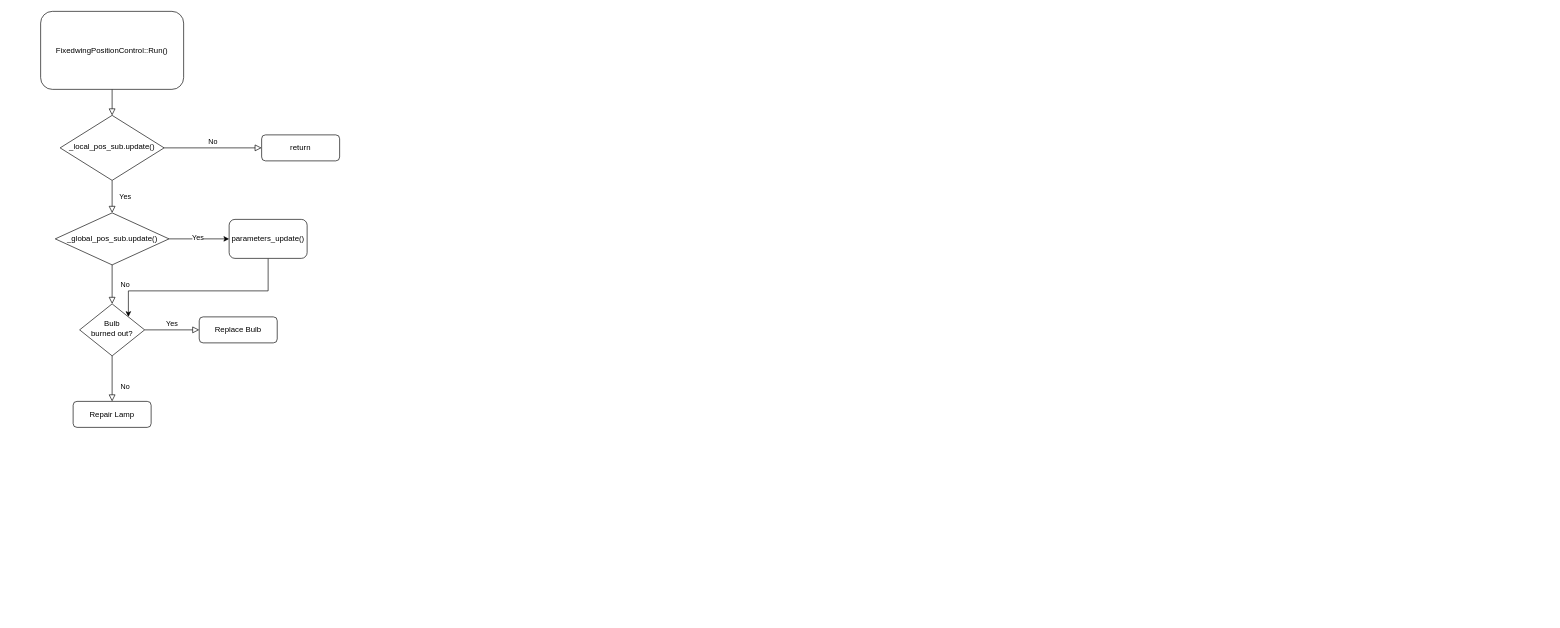
This is fixedwing_position_control.drawio from kingdom-l/flow_chart_for_px4, a draw.io file, before an edit. Source tidied: cells renumbered, new cells numbered last; positions are measured from the earlier drawing's top-left corner, leaving out a move shared by most shapes. Both pictures are drawn from the tidied source at 65%, with x=0, y=0 at pixel (40, 11).
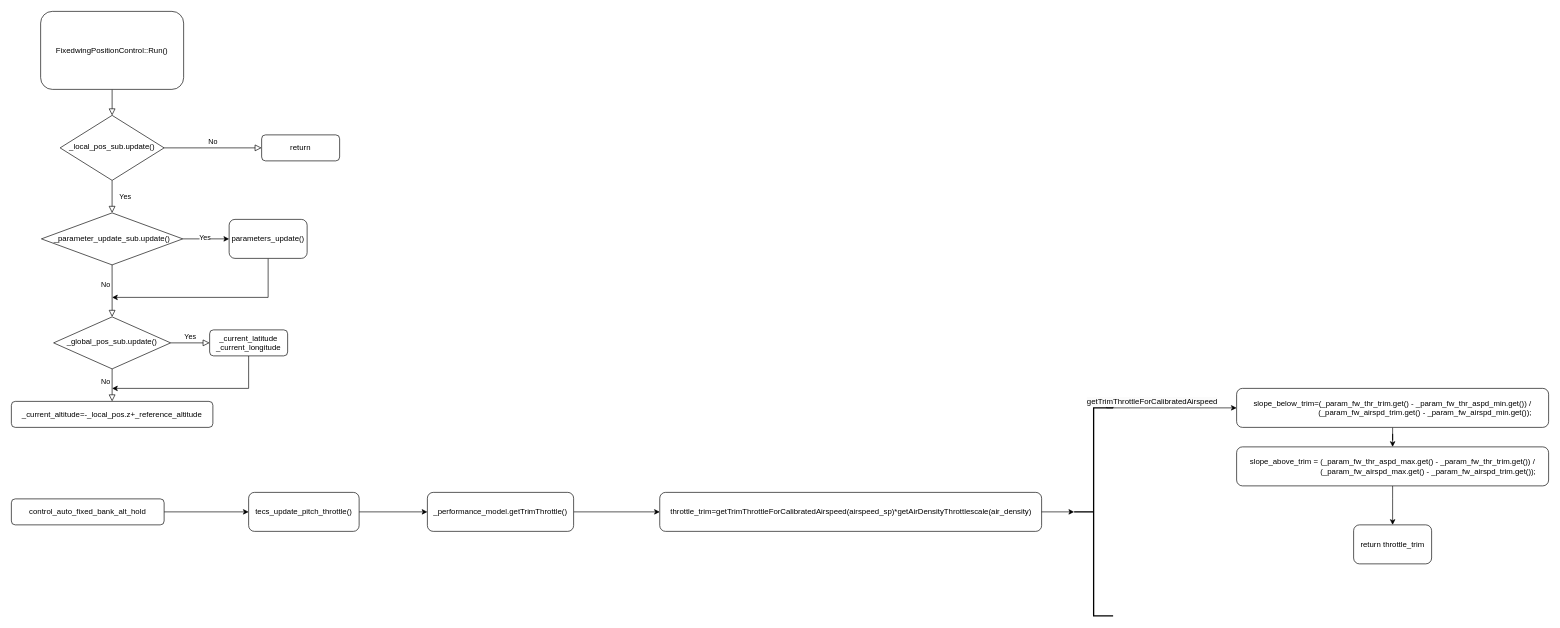
The same diagram, later.

Unchanged cells that the change refers to:
```xml
<mxCell id="18" value="parameters_update()" style="rounded=1;whiteSpace=wrap;html=1;" parent="1" vertex="1">
  <mxGeometry x="290" y="320" width="120" height="60" as="geometry" />
</mxCell>
```

Diff of the diagram source:
```diff
@@
-    <mxCell id="8" value="No" style="rounded=0;html=1;jettySize=auto;fontSize=11;endArrow=block;endFill=0;endSize=8;strokeWidth=1;shadow=0;labelBackgroundColor=none;edgeStyle=orthogonalEdgeStyle;" parent="1" edge="1" source="10" target="11">
-      <mxGeometry x="0.33" y="20" relative="1" as="geometry" />
+    <mxCell id="8" value="No" style="rounded=0;html=1;jettySize=auto;fontSize=11;endArrow=block;endFill=0;endSize=8;strokeWidth=1;shadow=0;labelBackgroundColor=none;edgeStyle=orthogonalEdgeStyle;entryX=0.5;entryY=0;entryDx=0;entryDy=0;" parent="1" edge="1" source="10" target="20">
+      <mxGeometry x="-0.2" y="-10" relative="1" as="geometry" />
     </mxCell>
@@
-    <mxCell id="10" value="Bulb&lt;br&gt;burned out?" style="rhombus;whiteSpace=wrap;html=1;shadow=0;fontFamily=Helvetica;fontSize=12;align=center;strokeWidth=1;spacing=6;spacingTop=-4;" parent="1" vertex="1">
-      <mxGeometry x="60" y="450" width="100" height="80" as="geometry" />
+    <mxCell id="10" value="_global_pos_sub.update()" style="rhombus;whiteSpace=wrap;html=1;shadow=0;fontFamily=Helvetica;fontSize=12;align=center;strokeWidth=1;spacing=6;spacingTop=-4;" parent="1" vertex="1">
+      <mxGeometry x="20" y="470" width="180" height="80" as="geometry" />
     </mxCell>
-    <mxCell id="11" value="Repair Lamp" style="rounded=1;whiteSpace=wrap;html=1;fontSize=12;glass=0;strokeWidth=1;shadow=0;" parent="1" vertex="1">
-      <mxGeometry x="50" y="600" width="120" height="40" as="geometry" />
-    </mxCell>
+    <mxCell id="19" style="edgeStyle=orthogonalEdgeStyle;rounded=0;orthogonalLoop=1;jettySize=auto;html=1;" parent="1" edge="1">
+      <mxGeometry relative="1" as="geometry">
+        <mxPoint x="320" y="530" as="sourcePoint" />
+        <mxPoint x="110" y="580" as="targetPoint" />
+        <Array as="points">
+          <mxPoint x="320" y="580" />
+        </Array>
+      </mxGeometry>
+    </mxCell>
-    <mxCell id="12" value="Replace Bulb" style="rounded=1;whiteSpace=wrap;html=1;fontSize=12;glass=0;strokeWidth=1;shadow=0;" parent="1" vertex="1">
-      <mxGeometry x="244" y="470" width="120" height="40" as="geometry" />
+    <mxCell id="12" value="_current_latitude&lt;div&gt;_current_longitude&lt;/div&gt;" style="rounded=1;whiteSpace=wrap;html=1;fontSize=12;glass=0;strokeWidth=1;shadow=0;" parent="1" vertex="1">
+      <mxGeometry x="260" y="490" width="120" height="40" as="geometry" />
     </mxCell>
@@
-    <mxCell id="15" value="_global_pos_sub.update()" style="rhombus;whiteSpace=wrap;html=1;" parent="1" vertex="1">
-      <mxGeometry x="22.5" y="310" width="175" height="80" as="geometry" />
+    <mxCell id="15" value="_parameter_update_sub.update()" style="rhombus;whiteSpace=wrap;html=1;" parent="1" vertex="1">
+      <mxGeometry x="1.2" y="310" width="217.5" height="80" as="geometry" />
     </mxCell>
     <mxCell id="16" value="No" style="rounded=0;html=1;jettySize=auto;fontSize=11;endArrow=block;endFill=0;endSize=8;strokeWidth=1;shadow=0;labelBackgroundColor=none;edgeStyle=orthogonalEdgeStyle;exitX=0.5;exitY=1;exitDx=0;exitDy=0;entryX=0.5;entryY=0;entryDx=0;entryDy=0;" parent="1" edge="1" source="15" target="10">
-      <mxGeometry y="20" relative="1" as="geometry">
+      <mxGeometry x="-0.25" y="-10" relative="1" as="geometry">
         <Array as="points">
           <mxPoint x="110" y="435" />
           <mxPoint x="110" y="435" />
         </Array>
       </mxGeometry>
     </mxCell>
-    <mxCell id="17" style="edgeStyle=orthogonalEdgeStyle;rounded=0;jettySize=auto;html=1;entryX=1;entryY=0;entryDx=0;entryDy=0;" parent="1" edge="1" source="18" target="10">
+    <mxCell id="17" style="edgeStyle=orthogonalEdgeStyle;rounded=0;jettySize=auto;html=1;" parent="1" edge="1" source="18">
       <mxGeometry relative="1" as="geometry">
+        <mxPoint x="110" y="440" as="targetPoint" />
         <Array as="points">
-          <mxPoint x="350" y="430" />
-          <mxPoint x="135" y="430" />
+          <mxPoint x="350" y="440" />
+          <mxPoint x="110" y="440" />
         </Array>
       </mxGeometry>
     </mxCell>
@@
+    <mxCell id="20" value="_current_altitude=-_local_pos.z+_reference_altitude" style="rounded=1;whiteSpace=wrap;html=1;fontSize=12;glass=0;strokeWidth=1;shadow=0;" parent="1" vertex="1">
+      <mxGeometry x="-45" y="600" width="310" height="40" as="geometry" />
+    </mxCell>
+    <mxCell id="21" style="edgeStyle=orthogonalEdgeStyle;rounded=0;jettySize=auto;html=1;" parent="1" edge="1" source="22" target="24">
+      <mxGeometry relative="1" as="geometry" />
+    </mxCell>
+    <mxCell id="22" value="control_auto_fixed_bank_alt_hold" style="rounded=1;whiteSpace=wrap;html=1;fontSize=12;glass=0;strokeWidth=1;shadow=0;" parent="1" vertex="1">
+      <mxGeometry x="-45" y="750" width="235" height="40" as="geometry" />
+    </mxCell>
+    <mxCell id="23" style="edgeStyle=orthogonalEdgeStyle;rounded=0;jettySize=auto;html=1;" parent="1" edge="1" source="24" target="26">
+      <mxGeometry relative="1" as="geometry" />
+    </mxCell>
+    <mxCell id="24" value="tecs_update_pitch_throttle()" style="whiteSpace=wrap;html=1;rounded=1;glass=0;strokeWidth=1;shadow=0;" parent="1" vertex="1">
+      <mxGeometry x="320" y="740" width="170" height="60" as="geometry" />
+    </mxCell>
+    <mxCell id="25" style="edgeStyle=orthogonalEdgeStyle;rounded=0;jettySize=auto;html=1;" parent="1" edge="1" source="26" target="27">
+      <mxGeometry relative="1" as="geometry" />
+    </mxCell>
+    <mxCell id="26" value="_performance_model.getTrimThrottle()" style="whiteSpace=wrap;html=1;rounded=1;glass=0;strokeWidth=1;shadow=0;" parent="1" vertex="1">
+      <mxGeometry x="595" y="740" width="225" height="60" as="geometry" />
+    </mxCell>
+    <mxCell id="27" value="throttle_trim=getTrimThrottleForCalibratedAirspeed(airspeed_sp)*getAirDensityThrottlescale(air_density)" style="whiteSpace=wrap;html=1;rounded=1;glass=0;strokeWidth=1;shadow=0;" parent="1" vertex="1">
+      <mxGeometry x="952.5" y="740" width="587.5" height="60" as="geometry" />
+    </mxCell>
+    <mxCell id="28" style="edgeStyle=orthogonalEdgeStyle;rounded=0;jettySize=auto;html=1;exitX=1;exitY=0;exitDx=0;exitDy=0;exitPerimeter=0;" parent="1" edge="1" source="30" target="32">
+      <mxGeometry relative="1" as="geometry">
+        <Array as="points">
+          <mxPoint x="1650" y="600" />
+          <mxPoint x="1640" y="600" />
+          <mxPoint x="1640" y="610" />
+        </Array>
+      </mxGeometry>
+    </mxCell>
+    <mxCell id="29" value="&lt;span style=&quot;font-size: 12px; text-wrap: wrap; background-color: rgb(251, 251, 251);&quot;&gt;getTrimThrottleForCalibratedAirspeed&lt;/span&gt;" style="edgeLabel;html=1;align=center;verticalAlign=middle;" parent="28" vertex="1">
+      <mxGeometry x="-0.73" relative="1" as="geometry">
+        <mxPoint x="68" y="-10" as="offset" />
+      </mxGeometry>
+    </mxCell>
+    <mxCell id="30" style="strokeWidth=2;html=1;shape=mxgraph.flowchart.annotation_2;align=left;labelPosition=right;" parent="1" vertex="1">
+      <mxGeometry x="1590" y="610" width="60" height="320" as="geometry" />
+    </mxCell>
+    <mxCell id="31" style="edgeStyle=orthogonalEdgeStyle;rounded=0;jettySize=auto;html=1;" parent="1" edge="1" source="32" target="34">
+      <mxGeometry relative="1" as="geometry" />
+    </mxCell>
+    <mxCell id="32" value="slope_below_trim=&lt;span style=&quot;background-color: initial;&quot;&gt;(_param_fw_thr_trim.get() - _param_fw_thr_aspd_min.get()) /&lt;/span&gt;&lt;div&gt;&lt;span style=&quot;white-space: normal;&quot;&gt;&lt;span style=&quot;white-space:pre&quot;&gt;&#9;&#9;&#9;&lt;/span&gt;&amp;nbsp; &amp;nbsp; &amp;nbsp;&amp;nbsp;(_param_fw_airspd_trim.get() - _param_fw_airspd_min.get());&lt;/span&gt;&lt;/div&gt;" style="rounded=1;whiteSpace=wrap;html=1;" parent="1" vertex="1">
+      <mxGeometry x="1840" y="580" width="480" height="60" as="geometry" />
+    </mxCell>
+    <mxCell id="33" style="edgeStyle=orthogonalEdgeStyle;rounded=0;jettySize=auto;html=1;exitX=0.5;exitY=1;exitDx=0;exitDy=0;entryX=0.5;entryY=0;entryDx=0;entryDy=0;" parent="1" edge="1" source="34" target="36">
+      <mxGeometry relative="1" as="geometry">
+        <Array as="points">
+          <mxPoint x="2080" y="750" />
+          <mxPoint x="2080" y="750" />
+        </Array>
+      </mxGeometry>
+    </mxCell>
+    <mxCell id="34" value="&lt;div&gt;slope_above_trim = (_param_fw_thr_aspd_max.get() - _param_fw_thr_trim.get()) /&lt;/div&gt;&lt;div&gt;&lt;span style=&quot;white-space: normal;&quot;&gt;&lt;span style=&quot;white-space:pre&quot;&gt;&#9;&#9;&#9;&#9;&lt;/span&gt;&amp;nbsp;(_param_fw_airspd_max.get() - _param_fw_airspd_trim.get());&lt;/span&gt;&lt;/div&gt;" style="whiteSpace=wrap;html=1;rounded=1;" parent="1" vertex="1">
+      <mxGeometry x="1840" y="670" width="480" height="60" as="geometry" />
+    </mxCell>
+    <mxCell id="35" style="edgeStyle=orthogonalEdgeStyle;rounded=0;jettySize=auto;html=1;exitX=1;exitY=0.5;exitDx=0;exitDy=0;entryX=0;entryY=0.5;entryDx=0;entryDy=0;entryPerimeter=0;" parent="1" edge="1" source="27" target="30">
+      <mxGeometry relative="1" as="geometry" />
+    </mxCell>
+    <mxCell id="36" value="return throttle_trim" style="rounded=1;whiteSpace=wrap;html=1;" parent="1" vertex="1">
+      <mxGeometry x="2020" y="790" width="120" height="60" as="geometry" />
+    </mxCell>
```
